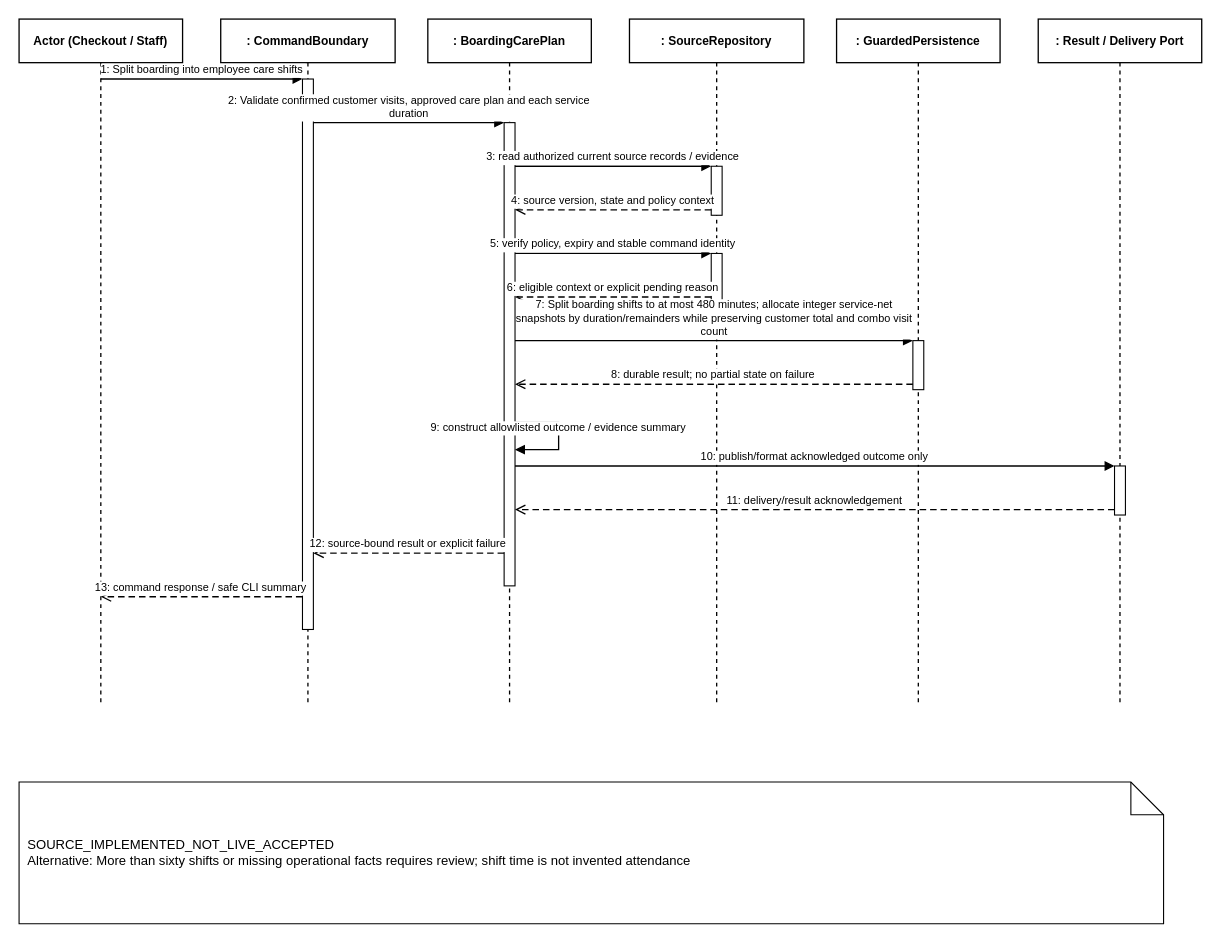
Before: doc/reports/report4/sequence/book-02.drawio in ngocthanhhx7/SEP490_G101_FALL2026, a draw.io diagram. Source tidied: cells renumbered, new cells numbered last; positions are measured from the earlier drawing's top-left corner, leaving out a move shared by most shapes. Both pictures are drawn from the tidied source at 109%, with x=0, y=0 at pixel (19, 19).
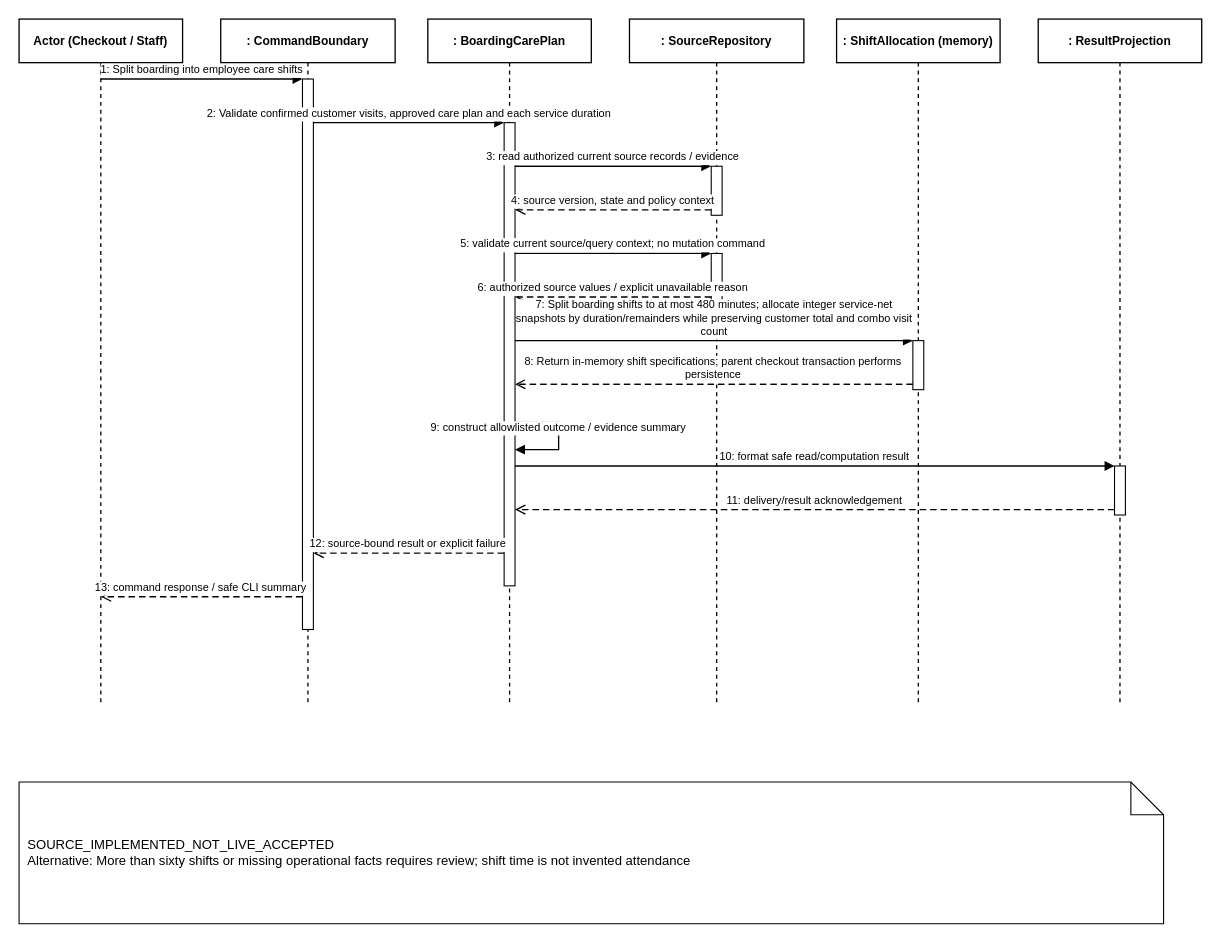
The same page after the edit.

What changed in the source:
```diff
@@
-    <mxCell id="6" value=": GuardedPersistence" style="shape=umlLifeline;perimeter=lifelinePerimeter;whiteSpace=wrap;html=0;size=40;fillColor=#FFFFFF;strokeColor=#000000;strokeWidth=1.2;fontStyle=1;fontSize=11;align=center;" parent="1" vertex="1">
+    <mxCell id="6" value=": ShiftAllocation (memory)" style="shape=umlLifeline;perimeter=lifelinePerimeter;whiteSpace=wrap;html=0;size=40;fillColor=#FFFFFF;strokeColor=#000000;strokeWidth=1.2;fontStyle=1;fontSize=11;align=center;" parent="1" vertex="1">
       <mxGeometry x="750" width="150" height="630" as="geometry" />
     </mxCell>
-    <mxCell id="7" value=": Result / Delivery Port" style="shape=umlLifeline;perimeter=lifelinePerimeter;whiteSpace=wrap;html=0;size=40;fillColor=#FFFFFF;strokeColor=#000000;strokeWidth=1.2;fontStyle=1;fontSize=11;align=center;" parent="1" vertex="1">
+    <mxCell id="7" value=": ResultProjection" style="shape=umlLifeline;perimeter=lifelinePerimeter;whiteSpace=wrap;html=0;size=40;fillColor=#FFFFFF;strokeColor=#000000;strokeWidth=1.2;fontStyle=1;fontSize=11;align=center;" parent="1" vertex="1">
       <mxGeometry x="935" width="150" height="630" as="geometry" />
     </mxCell>
@@
-    <mxCell id="15" value="2: Validate confirmed customer visits, approved care plan and each service&#10;duration" style="html=0;verticalAlign=bottom;endArrow=block;endFill=1;strokeColor=#000000;strokeWidth=1.2;fontSize=10;fontColor=#000000;edgeStyle=orthogonalEdgeStyle;rounded=0;" parent="1" edge="1">
+    <mxCell id="15" value="2: Validate confirmed customer visits, approved care plan and each service duration" style="html=0;verticalAlign=bottom;endArrow=block;endFill=1;strokeColor=#000000;strokeWidth=1.2;fontSize=10;fontColor=#000000;edgeStyle=orthogonalEdgeStyle;rounded=0;" parent="1" edge="1">
       <mxGeometry relative="1" as="geometry">
         <mxPoint x="270" y="95" as="sourcePoint" />
         <mxPoint x="445" y="95" as="targetPoint" />
       </mxGeometry>
     </mxCell>
@@
-    <mxCell id="18" value="5: verify policy, expiry and stable command identity" style="html=0;verticalAlign=bottom;endArrow=block;endFill=1;strokeColor=#000000;strokeWidth=1.2;fontSize=10;fontColor=#000000;edgeStyle=orthogonalEdgeStyle;rounded=0;" parent="1" edge="1">
+    <mxCell id="18" value="5: validate current source/query context; no mutation command" style="html=0;verticalAlign=bottom;endArrow=block;endFill=1;strokeColor=#000000;strokeWidth=1.2;fontSize=10;fontColor=#000000;edgeStyle=orthogonalEdgeStyle;rounded=0;" parent="1" edge="1">
       <mxGeometry relative="1" as="geometry">
         <mxPoint x="455" y="215" as="sourcePoint" />
         <mxPoint x="635" y="215" as="targetPoint" />
       </mxGeometry>
     </mxCell>
-    <mxCell id="19" value="6: eligible context or explicit pending reason" style="html=0;verticalAlign=bottom;endArrow=open;endSize=7;dashed=1;dashPattern=5 3;strokeColor=#000000;strokeWidth=1.2;fontSize=10;fontColor=#000000;edgeStyle=orthogonalEdgeStyle;rounded=0;" parent="1" edge="1">
+    <mxCell id="19" value="6: authorized source values / explicit unavailable reason" style="html=0;verticalAlign=bottom;endArrow=open;endSize=7;dashed=1;dashPattern=5 3;strokeColor=#000000;strokeWidth=1.2;fontSize=10;fontColor=#000000;edgeStyle=orthogonalEdgeStyle;rounded=0;" parent="1" edge="1">
       <mxGeometry relative="1" as="geometry">
         <mxPoint x="635" y="255" as="sourcePoint" />
         <mxPoint x="455" y="255" as="targetPoint" />
       </mxGeometry>
     </mxCell>
@@
-    <mxCell id="21" value="8: durable result; no partial state on failure" style="html=0;verticalAlign=bottom;endArrow=open;endSize=7;dashed=1;dashPattern=5 3;strokeColor=#000000;strokeWidth=1.2;fontSize=10;fontColor=#000000;edgeStyle=orthogonalEdgeStyle;rounded=0;" parent="1" edge="1">
+    <mxCell id="21" value="8: Return in-memory shift specifications; parent checkout transaction performs&#10;persistence" style="html=0;verticalAlign=bottom;endArrow=open;endSize=7;dashed=1;dashPattern=5 3;strokeColor=#000000;strokeWidth=1.2;fontSize=10;fontColor=#000000;edgeStyle=orthogonalEdgeStyle;rounded=0;" parent="1" edge="1">
       <mxGeometry relative="1" as="geometry">
         <mxPoint x="820" y="335" as="sourcePoint" />
         <mxPoint x="455" y="335" as="targetPoint" />
       </mxGeometry>
     </mxCell>
@@
-    <mxCell id="23" value="10: publish/format acknowledged outcome only" style="html=0;verticalAlign=bottom;endArrow=block;endFill=1;strokeColor=#000000;strokeWidth=1.2;fontSize=10;fontColor=#000000;edgeStyle=orthogonalEdgeStyle;rounded=0;" parent="1" edge="1">
+    <mxCell id="23" value="10: format safe read/computation result" style="html=0;verticalAlign=bottom;endArrow=block;endFill=1;strokeColor=#000000;strokeWidth=1.2;fontSize=10;fontColor=#000000;edgeStyle=orthogonalEdgeStyle;rounded=0;" parent="1" edge="1">
       <mxGeometry relative="1" as="geometry">
         <mxPoint x="455" y="410" as="sourcePoint" />
         <mxPoint x="1005" y="410" as="targetPoint" />
       </mxGeometry>
     </mxCell>
```
